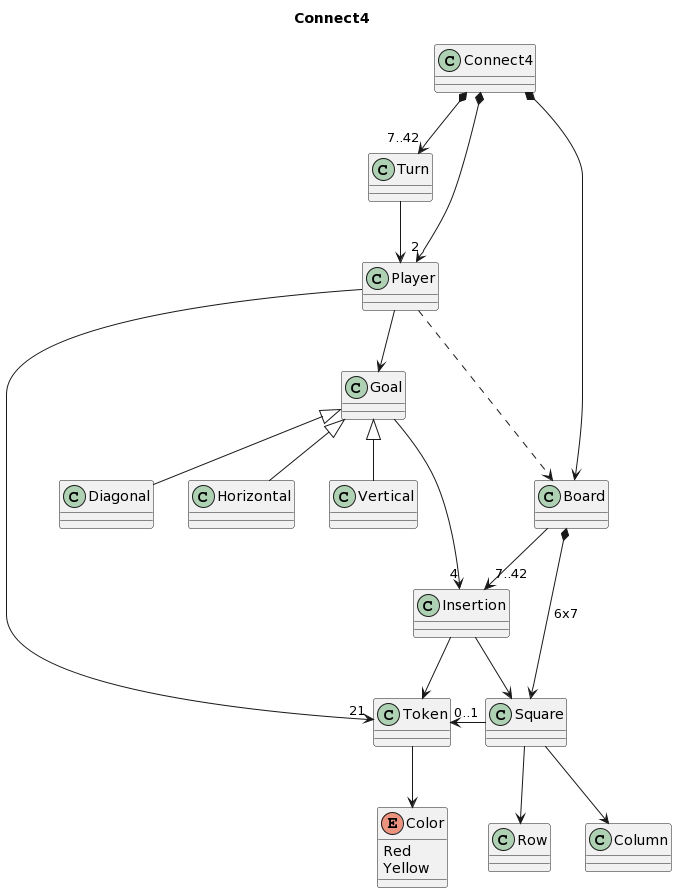
Before: software/game-connect4/docs/images/Connect4-Vocabulary.png, a diagram exported from PlantUML (USantaTecla-ed-mpds/lab-dijkstra).
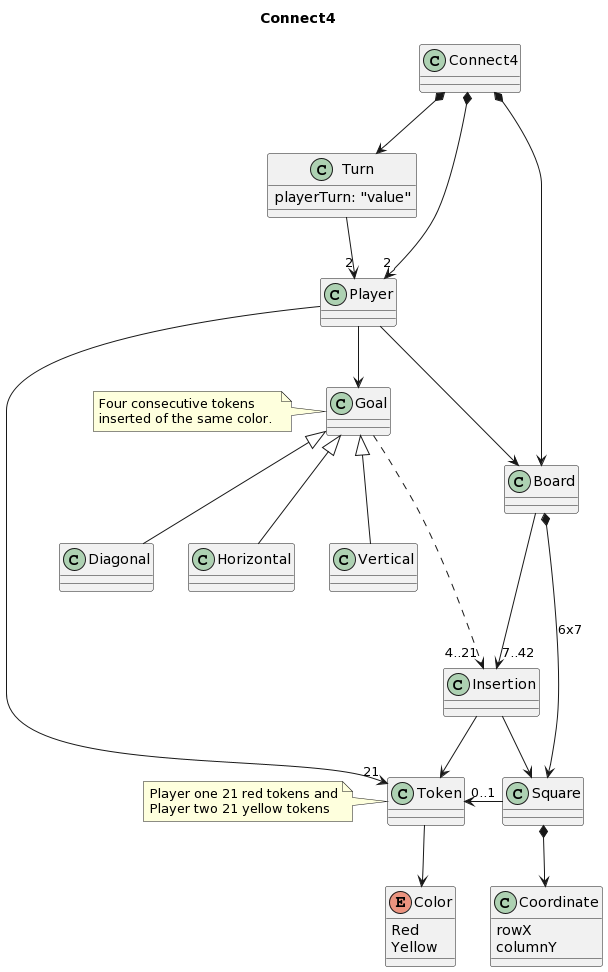
Above is the later version.

Commit message:
Modificando diagrama

Diff of the diagram source:
```diff
@@ -1,38 +1,50 @@
 @startuml
 title: Connect4
 class Connect4
-class Turn
+class Turn {
+ playerTurn: "value"
+}
 class Player
 class Goal
+note left
+ Four consecutive tokens
+ inserted of the same color.
+end note
 class Board
 class Diagonal
 class Horizontal
 class Vertical
 class Insertion
 class Token
+note left
+ Player one 21 red tokens and
+ Player two 21 yellow tokens
+end note
 class Square
 Enum Color
 {
  Red
  Yellow
 }
-class Row
-class Column
+class Coordinate{
+ rowX
+ columnY
+}
 
-Connect4 *--> "7..42" Turn
+Connect4 *--> Turn
 Connect4 *--> "2" Player
 Connect4 *--> Board
 
-Turn -down-> Player
+Turn -down-> "2" Player
 
 Player -down-> Goal
-Player .-down-> Board
+Player -down-> Board
 Player --> "21" Token
 
 Goal <|-down- Diagonal
 Goal <|-down- Horizontal
 Goal <|-down- Vertical
-Goal -down-> "4" Insertion
+Goal .-down-> "4..21" Insertion
 
 Board -down-> "7..42" Insertion
 Board *-down-> Square :6x7
@@ -41,8 +53,7 @@
 Insertion -down-> Square
 
 Square -left-> "0..1" Token
-Square -down-> Row
-Square -down-> Column
+Square *--> Coordinate
 
 Token -down-> Color
 @enduml
```
